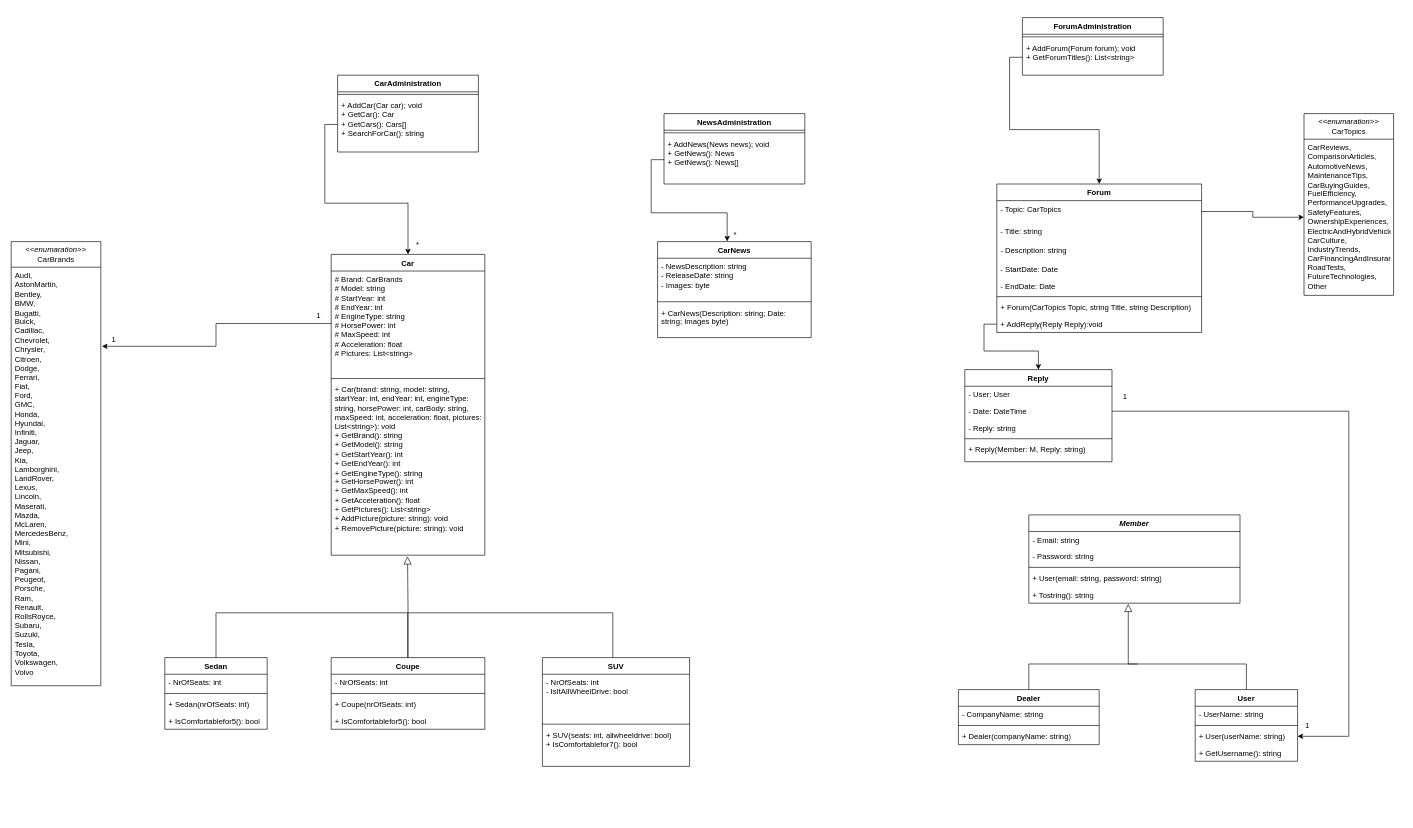
Earlier version of the draw.io diagram UML/UML diagram.drawio (AtanasDimitrov12/The-world-of-cars). Source tidied: cells renumbered, new cells numbered last; positions are measured from the earlier drawing's top-left corner, leaving out a move shared by most shapes. Both pictures are drawn from the tidied source at 64%, with x=0, y=0 at pixel (11, 17).
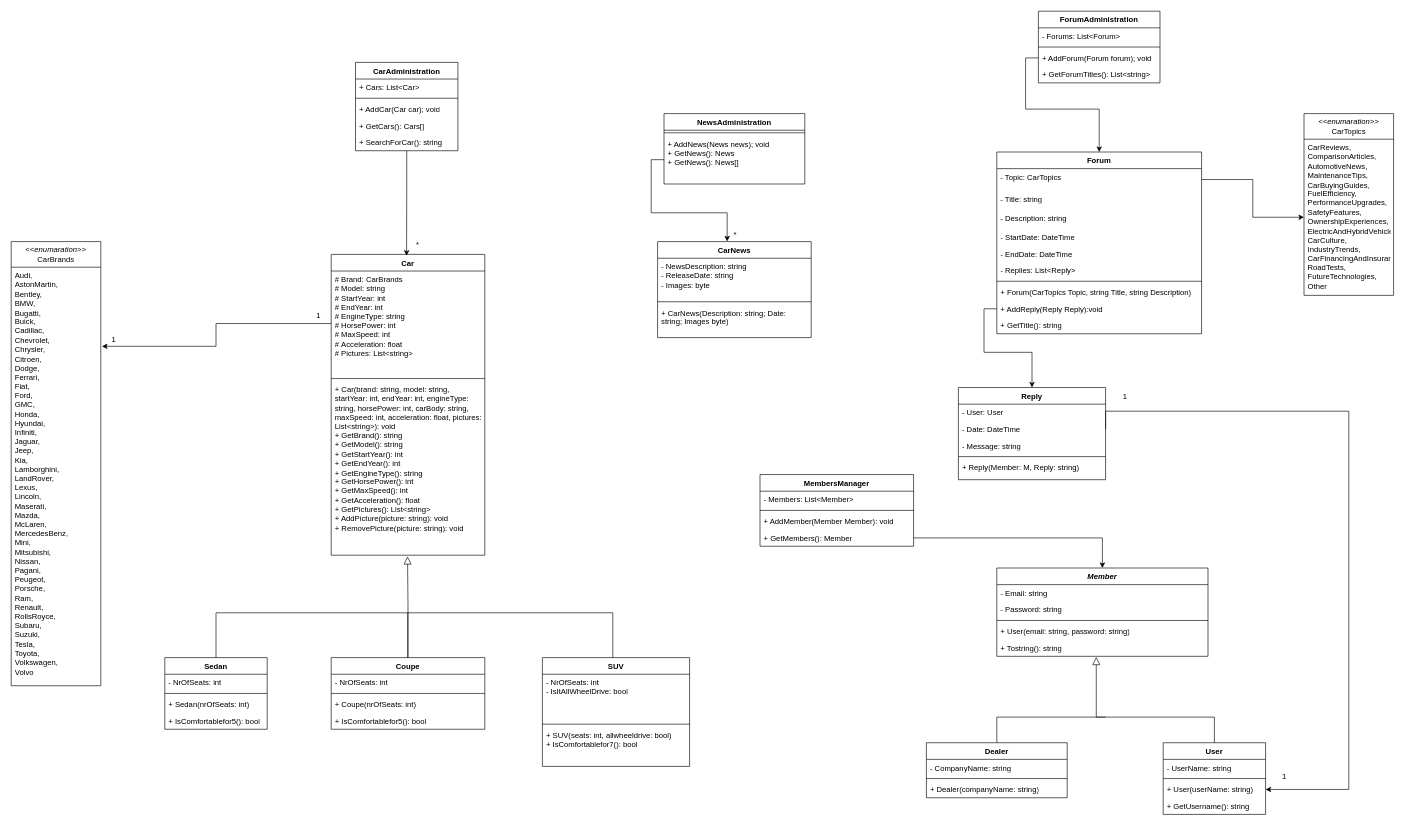
The same diagram, later.

The change refers to these unchanged cells:
```xml
<mxCell id="2" value="Car&lt;div&gt;&lt;br/&gt;&lt;/div&gt;" style="swimlane;fontStyle=1;align=center;verticalAlign=top;horizontal=1;startSize=26;whiteSpace=wrap;html=1;" parent="1" vertex="1">
  <mxGeometry x="500" y="370" width="240" height="470" as="geometry" />
</mxCell>
<mxCell id="52" value="*" style="text;html=1;align=center;verticalAlign=middle;points=[];strokeColor=none;fillColor=none;" parent="1" vertex="1">
  <mxGeometry x="620" y="340" width="30" height="30" as="geometry" />
</mxCell>
<mxCell id="56" value="- Date: DateTime" style="text;strokeColor=none;fillColor=none;align=left;verticalAlign=top;spacingLeft=4;spacingRight=4;overflow=hidden;points=[[0,0.5],[1,0.5]];portConstraint=eastwest;whiteSpace=wrap;html=1;" parent="54" vertex="1">
  <mxGeometry y="52" width="230" height="26" as="geometry" />
</mxCell>
<mxCell id="71" value="+ Tostring(): string" style="text;strokeColor=none;fillColor=none;align=left;verticalAlign=top;spacingLeft=4;spacingRight=4;overflow=hidden;points=[[0,0.5],[1,0.5]];portConstraint=eastwest;whiteSpace=wrap;html=1;" parent="66" vertex="1">
  <mxGeometry y="112" width="330" height="26" as="geometry" />
</mxCell>
<mxCell id="79" value="+ User(userName: string)" style="text;strokeColor=none;fillColor=none;align=left;verticalAlign=top;spacingLeft=4;spacingRight=4;overflow=hidden;points=[[0,0.5],[1,0.5]];portConstraint=eastwest;whiteSpace=wrap;html=1;" parent="76" vertex="1">
  <mxGeometry y="60" width="160" height="26" as="geometry" />
</mxCell>
```

Change to the diagram source:
```diff
@@
-    <mxCell id="20" value="CarAdministration" style="swimlane;fontStyle=1;align=center;verticalAlign=top;horizontal=1;startSize=26;whiteSpace=wrap;html=1;" parent="1" vertex="1">
-      <mxGeometry x="510" y="90" width="220" height="120" as="geometry" />
-    </mxCell>
-    <mxCell id="21" style="line;strokeWidth=1;fillColor=none;align=left;verticalAlign=middle;spacingTop=-1;spacingLeft=3;spacingRight=3;labelPosition=right;strokeColor=inherit;" parent="20" vertex="1">
-      <mxGeometry y="26" width="220" height="8" as="geometry" />
-    </mxCell>
-    <mxCell id="22" value="+ AddCar(Car car); void&lt;div&gt;+ GetCar(): Car&lt;/div&gt;&lt;div&gt;+ GetCars(): Cars[]&lt;/div&gt;&lt;div&gt;+ SearchForCar(): string&amp;nbsp;&lt;br&gt;&lt;/div&gt;&lt;div&gt;&lt;br&gt;&lt;/div&gt;" style="text;strokeColor=none;fillColor=none;align=left;verticalAlign=top;spacingLeft=4;spacingRight=4;overflow=hidden;points=[[0,0.5],[1,0.5]];portConstraint=eastwest;whiteSpace=wrap;html=1;" parent="20" vertex="1">
-      <mxGeometry y="34" width="220" height="86" as="geometry" />
-    </mxCell>
@@
     <mxCell id="38" value="Forum" style="swimlane;fontStyle=1;align=center;verticalAlign=top;horizontal=1;startSize=26;whiteSpace=wrap;html=1;" parent="1" vertex="1">
-      <mxGeometry x="1540" y="260" width="320" height="232" as="geometry" />
+      <mxGeometry x="1540" y="210" width="320" height="284" as="geometry" />
     </mxCell>
@@
-    <mxCell id="42" value="- StartDate: Date" style="text;strokeColor=none;fillColor=none;align=left;verticalAlign=top;spacingLeft=4;spacingRight=4;overflow=hidden;whiteSpace=wrap;html=1;" parent="38" vertex="1">
+    <mxCell id="42" value="- StartDate: DateTime" style="text;strokeColor=none;fillColor=none;align=left;verticalAlign=top;spacingLeft=4;spacingRight=4;overflow=hidden;whiteSpace=wrap;html=1;" parent="38" vertex="1">
       <mxGeometry y="120" width="320" height="26" as="geometry" />
     </mxCell>
-    <mxCell id="43" value="- EndDate: Date" style="text;strokeColor=none;fillColor=none;align=left;verticalAlign=top;spacingLeft=4;spacingRight=4;overflow=hidden;whiteSpace=wrap;html=1;" parent="38" vertex="1">
+    <mxCell id="43" value="- EndDate: DateTime" style="text;strokeColor=none;fillColor=none;align=left;verticalAlign=top;spacingLeft=4;spacingRight=4;overflow=hidden;whiteSpace=wrap;html=1;" parent="38" vertex="1">
       <mxGeometry y="146" width="320" height="26" as="geometry" />
     </mxCell>
+    <mxCell id="88" value="- Replies: List&amp;lt;Reply&amp;gt;" style="text;strokeColor=none;fillColor=none;align=left;verticalAlign=top;spacingLeft=4;spacingRight=4;overflow=hidden;whiteSpace=wrap;html=1;" parent="38" vertex="1">
+      <mxGeometry y="172" width="320" height="26" as="geometry" />
+    </mxCell>
     <mxCell id="44" style="line;strokeWidth=1;fillColor=none;align=left;verticalAlign=middle;spacingTop=-1;spacingLeft=3;spacingRight=3;labelPosition=right;strokeColor=inherit;" parent="38" vertex="1">
-      <mxGeometry y="172" width="320" height="8" as="geometry" />
+      <mxGeometry y="198" width="320" height="8" as="geometry" />
     </mxCell>
     <mxCell id="45" value="+ Forum(CarTopics Topic, string Title, string Description)" style="text;strokeColor=none;fillColor=none;align=left;verticalAlign=top;spacingLeft=4;spacingRight=4;overflow=hidden;whiteSpace=wrap;html=1;" parent="38" vertex="1">
-      <mxGeometry y="180" width="320" height="26" as="geometry" />
+      <mxGeometry y="206" width="320" height="26" as="geometry" />
     </mxCell>
     <mxCell id="46" value="+ AddReply(Reply Reply):void" style="text;strokeColor=none;fillColor=none;align=left;verticalAlign=top;spacingLeft=4;spacingRight=4;overflow=hidden;points=[[0,0.5],[1,0.5]];portConstraint=eastwest;whiteSpace=wrap;html=1;" parent="38" vertex="1">
-      <mxGeometry y="206" width="320" height="26" as="geometry" />
+      <mxGeometry y="232" width="320" height="26" as="geometry" />
     </mxCell>
+    <mxCell id="89" value="+ GetTitle(): string" style="text;strokeColor=none;fillColor=none;align=left;verticalAlign=top;spacingLeft=4;spacingRight=4;overflow=hidden;whiteSpace=wrap;html=1;" parent="38" vertex="1">
+      <mxGeometry y="258" width="320" height="26" as="geometry" />
+    </mxCell>
@@
-    <mxCell id="51" style="edgeStyle=orthogonalEdgeStyle;rounded=0;jettySize=auto;html=1;exitX=0;exitY=0.5;exitDx=0;exitDy=0;entryX=0.5;entryY=0;entryDx=0;entryDy=0;" parent="1" edge="1" source="22" target="2">
-      <mxGeometry relative="1" as="geometry" />
-    </mxCell>
@@
     <mxCell id="54" value="Reply" style="swimlane;fontStyle=1;align=center;verticalAlign=top;horizontal=1;startSize=26;whiteSpace=wrap;html=1;" parent="1" vertex="1">
-      <mxGeometry x="1490" y="550" width="230" height="144" as="geometry" />
+      <mxGeometry x="1480" y="578" width="230" height="144" as="geometry" />
     </mxCell>
@@
-    <mxCell id="57" value="- Reply: string" style="text;strokeColor=none;fillColor=none;align=left;verticalAlign=top;spacingLeft=4;spacingRight=4;overflow=hidden;whiteSpace=wrap;html=1;" parent="54" vertex="1">
+    <mxCell id="57" value="- Message: string" style="text;strokeColor=none;fillColor=none;align=left;verticalAlign=top;spacingLeft=4;spacingRight=4;overflow=hidden;whiteSpace=wrap;html=1;" parent="54" vertex="1">
       <mxGeometry y="78" width="230" height="26" as="geometry" />
     </mxCell>
@@
-    <mxCell id="60" value="ForumAdministration" style="swimlane;fontStyle=1;align=center;verticalAlign=top;horizontal=1;startSize=26;whiteSpace=wrap;html=1;" parent="1" vertex="1">
-      <mxGeometry x="1580" width="220" height="90" as="geometry" />
-    </mxCell>
-    <mxCell id="61" style="line;strokeWidth=1;fillColor=none;align=left;verticalAlign=middle;spacingTop=-1;spacingLeft=3;spacingRight=3;labelPosition=right;strokeColor=inherit;" parent="60" vertex="1">
-      <mxGeometry y="26" width="220" height="8" as="geometry" />
-    </mxCell>
-    <mxCell id="62" value="&lt;div&gt;+ AddForum(Forum forum); void&lt;div&gt;+ GetForumTitles(): List&amp;lt;string&amp;gt;&lt;/div&gt;&lt;div&gt;&lt;br&gt;&lt;/div&gt;&lt;/div&gt;&lt;div&gt;&lt;br&gt;&lt;/div&gt;" style="text;strokeColor=none;fillColor=none;align=left;verticalAlign=top;spacingLeft=4;spacingRight=4;overflow=hidden;points=[[0,0.5],[1,0.5]];portConstraint=eastwest;whiteSpace=wrap;html=1;" parent="60" vertex="1">
-      <mxGeometry y="34" width="220" height="56" as="geometry" />
-    </mxCell>
@@
-    <mxCell id="65" style="edgeStyle=orthogonalEdgeStyle;rounded=0;jettySize=auto;html=1;exitX=0;exitY=0.5;exitDx=0;exitDy=0;" parent="1" edge="1" source="62" target="38">
+    <mxCell id="65" style="edgeStyle=orthogonalEdgeStyle;rounded=0;jettySize=auto;html=1;exitX=0;exitY=0.5;exitDx=0;exitDy=0;" parent="1" edge="1" source="97" target="38">
       <mxGeometry relative="1" as="geometry" />
     </mxCell>
     <mxCell id="66" value="&lt;i&gt;Member&lt;/i&gt;" style="swimlane;fontStyle=1;align=center;verticalAlign=top;horizontal=1;startSize=26;whiteSpace=wrap;html=1;" parent="1" vertex="1">
-      <mxGeometry x="1590" y="777" width="330" height="138" as="geometry" />
+      <mxGeometry x="1540" y="860" width="330" height="138" as="geometry" />
     </mxCell>
@@
     <mxCell id="72" value="Dealer" style="swimlane;fontStyle=1;align=center;verticalAlign=top;horizontal=1;startSize=26;whiteSpace=wrap;html=1;" parent="1" vertex="1">
-      <mxGeometry x="1480" y="1050" width="220" height="86" as="geometry" />
+      <mxGeometry x="1430" y="1133" width="220" height="86" as="geometry" />
     </mxCell>
@@
     <mxCell id="76" value="User" style="swimlane;fontStyle=1;align=center;verticalAlign=top;horizontal=1;startSize=26;whiteSpace=wrap;html=1;" parent="1" vertex="1">
-      <mxGeometry x="1850" y="1050" width="160" height="112" as="geometry" />
+      <mxGeometry x="1800" y="1133" width="160" height="112" as="geometry" />
     </mxCell>
@@
     <mxCell id="81" style="endArrow=block;endSize=10;endFill=0;shadow=0;strokeWidth=1;rounded=0;edgeStyle=elbowEdgeStyle;elbow=vertical;exitX=0.5;exitY=0;exitDx=0;exitDy=0;entryX=0.471;entryY=1.038;entryDx=0;entryDy=0;entryPerimeter=0;" parent="1" edge="1" source="76" target="71">
       <mxGeometry relative="1" as="geometry">
         <Array as="points">
-          <mxPoint x="1770" y="1010" />
+          <mxPoint x="1720" y="1093" />
         </Array>
       </mxGeometry>
     </mxCell>
     <mxCell id="82" style="endArrow=none;html=1;rounded=0;exitX=0.5;exitY=0;exitDx=0;exitDy=0;" parent="1" edge="1" source="72">
       <mxGeometry relative="1" as="geometry">
-        <mxPoint x="1590" y="1010" as="targetPoint" />
+        <mxPoint x="1540" y="1093" as="targetPoint" />
       </mxGeometry>
     </mxCell>
     <mxCell id="83" style="endArrow=none;html=1;rounded=0;" parent="1" edge="1">
       <mxGeometry relative="1" as="geometry">
-        <mxPoint x="1590" y="1010" as="sourcePoint" />
-        <mxPoint x="1760" y="1010" as="targetPoint" />
+        <mxPoint x="1540" y="1093" as="sourcePoint" />
+        <mxPoint x="1710" y="1093" as="targetPoint" />
       </mxGeometry>
     </mxCell>
     <mxCell id="84" style="edgeStyle=orthogonalEdgeStyle;rounded=0;jettySize=auto;html=1;exitX=1;exitY=0.5;exitDx=0;exitDy=0;entryX=1;entryY=0.5;entryDx=0;entryDy=0;" parent="1" edge="1" source="56" target="79">
       <mxGeometry relative="1" as="geometry">
         <Array as="points">
+          <mxPoint x="1710" y="615" />
           <mxPoint x="2090" y="615" />
-          <mxPoint x="2090" y="1123" />
+          <mxPoint x="2090" y="1206" />
         </Array>
       </mxGeometry>
     </mxCell>
@@
     <mxCell id="86" value="1" style="text;html=1;align=center;verticalAlign=middle;strokeColor=none;fillColor=none;" parent="1" vertex="1">
-      <mxGeometry x="2010" y="1091" width="30" height="30" as="geometry" />
+      <mxGeometry x="1974" y="1171" width="30" height="30" as="geometry" />
     </mxCell>
@@
+    <mxCell id="90" value="MembersManager" style="swimlane;fontStyle=1;align=center;verticalAlign=top;horizontal=1;startSize=26;whiteSpace=wrap;html=1;" parent="1" vertex="1">
+      <mxGeometry x="1170" y="714" width="240" height="112" as="geometry" />
+    </mxCell>
+    <mxCell id="91" value="- Members: List&amp;lt;Member&amp;gt;" style="text;strokeColor=none;fillColor=none;align=left;verticalAlign=top;spacingLeft=4;spacingRight=4;overflow=hidden;whiteSpace=wrap;html=1;" parent="90" vertex="1">
+      <mxGeometry y="26" width="240" height="26" as="geometry" />
+    </mxCell>
+    <mxCell id="92" style="line;strokeWidth=1;fillColor=none;align=left;verticalAlign=middle;spacingTop=-1;spacingLeft=3;spacingRight=3;labelPosition=right;strokeColor=inherit;" parent="90" vertex="1">
+      <mxGeometry y="52" width="240" height="8" as="geometry" />
+    </mxCell>
+    <mxCell id="93" value="+ AddMember(Member Member): void" style="text;strokeColor=none;fillColor=none;align=left;verticalAlign=top;spacingLeft=4;spacingRight=4;overflow=hidden;whiteSpace=wrap;html=1;" parent="90" vertex="1">
+      <mxGeometry y="60" width="240" height="26" as="geometry" />
+    </mxCell>
+    <mxCell id="94" value="+ GetMembers(): Member" style="text;strokeColor=none;fillColor=none;align=left;verticalAlign=top;spacingLeft=4;spacingRight=4;overflow=hidden;points=[[0,0.5],[1,0.5]];portConstraint=eastwest;whiteSpace=wrap;html=1;" parent="90" vertex="1">
+      <mxGeometry y="86" width="240" height="26" as="geometry" />
+    </mxCell>
+    <mxCell id="60" value="ForumAdministration" style="swimlane;fontStyle=1;align=center;verticalAlign=top;horizontal=1;startSize=26;whiteSpace=wrap;html=1;" parent="1" vertex="1">
+      <mxGeometry x="1605" y="-10" width="190" height="112" as="geometry" />
+    </mxCell>
+    <mxCell id="95" value="- Forums: List&amp;lt;Forum&amp;gt;" style="text;strokeColor=none;fillColor=none;align=left;verticalAlign=top;spacingLeft=4;spacingRight=4;overflow=hidden;whiteSpace=wrap;html=1;" parent="60" vertex="1">
+      <mxGeometry y="26" width="190" height="26" as="geometry" />
+    </mxCell>
+    <mxCell id="96" style="line;strokeWidth=1;fillColor=none;align=left;verticalAlign=middle;spacingTop=-1;spacingLeft=3;spacingRight=3;labelPosition=right;strokeColor=inherit;" parent="60" vertex="1">
+      <mxGeometry y="52" width="190" height="8" as="geometry" />
+    </mxCell>
+    <mxCell id="97" value="+ AddForum(Forum forum); void" style="text;strokeColor=none;fillColor=none;align=left;verticalAlign=top;spacingLeft=4;spacingRight=4;overflow=hidden;points=[[0,0.5],[1,0.5]];portConstraint=eastwest;whiteSpace=wrap;html=1;" parent="60" vertex="1">
+      <mxGeometry y="60" width="190" height="26" as="geometry" />
+    </mxCell>
+    <mxCell id="98" value="+ GetForumTitles(): List&amp;lt;string&amp;gt;" style="text;strokeColor=none;fillColor=none;align=left;verticalAlign=top;spacingLeft=4;spacingRight=4;overflow=hidden;whiteSpace=wrap;html=1;" parent="60" vertex="1">
+      <mxGeometry y="86" width="190" height="26" as="geometry" />
+    </mxCell>
+    <mxCell id="99" style="edgeStyle=orthogonalEdgeStyle;rounded=0;jettySize=auto;html=1;exitX=1;exitY=0.5;exitDx=0;exitDy=0;entryX=0.5;entryY=0;entryDx=0;entryDy=0;" parent="1" edge="1" source="94" target="66">
+      <mxGeometry relative="1" as="geometry" />
+    </mxCell>
+    <mxCell id="100" style="edgeStyle=orthogonalEdgeStyle;rounded=0;jettySize=auto;html=1;exitX=0.5;exitY=1;exitDx=0;exitDy=0;entryX=-0.074;entryY=1.07;entryDx=0;entryDy=0;entryPerimeter=0;" parent="1" edge="1" source="20" target="52">
+      <mxGeometry relative="1" as="geometry" />
+    </mxCell>
+    <mxCell id="20" value="CarAdministration" style="swimlane;fontStyle=1;align=center;verticalAlign=top;horizontal=1;startSize=26;whiteSpace=wrap;html=1;" parent="1" vertex="1">
+      <mxGeometry x="538" y="70" width="160" height="138" as="geometry" />
+    </mxCell>
+    <mxCell id="101" value="+ Cars: List&amp;lt;Car&amp;gt;" style="text;strokeColor=none;fillColor=none;align=left;verticalAlign=top;spacingLeft=4;spacingRight=4;overflow=hidden;whiteSpace=wrap;html=1;" parent="20" vertex="1">
+      <mxGeometry y="26" width="160" height="26" as="geometry" />
+    </mxCell>
+    <mxCell id="102" style="line;strokeWidth=1;fillColor=none;align=left;verticalAlign=middle;spacingTop=-1;spacingLeft=3;spacingRight=3;labelPosition=right;strokeColor=inherit;" parent="20" vertex="1">
+      <mxGeometry y="52" width="160" height="8" as="geometry" />
+    </mxCell>
+    <mxCell id="103" value="+ AddCar(Car car); void" style="text;strokeColor=none;fillColor=none;align=left;verticalAlign=top;spacingLeft=4;spacingRight=4;overflow=hidden;whiteSpace=wrap;html=1;" parent="20" vertex="1">
+      <mxGeometry y="60" width="160" height="26" as="geometry" />
+    </mxCell>
+    <mxCell id="104" value="+ GetCars(): Cars[]" style="text;strokeColor=none;fillColor=none;align=left;verticalAlign=top;spacingLeft=4;spacingRight=4;overflow=hidden;whiteSpace=wrap;html=1;" parent="20" vertex="1">
+      <mxGeometry y="86" width="160" height="26" as="geometry" />
+    </mxCell>
+    <mxCell id="105" value="+ SearchForCar(): string" style="text;strokeColor=none;fillColor=none;align=left;verticalAlign=top;spacingLeft=4;spacingRight=4;overflow=hidden;whiteSpace=wrap;html=1;" parent="20" vertex="1">
+      <mxGeometry y="112" width="160" height="26" as="geometry" />
+    </mxCell>
```
